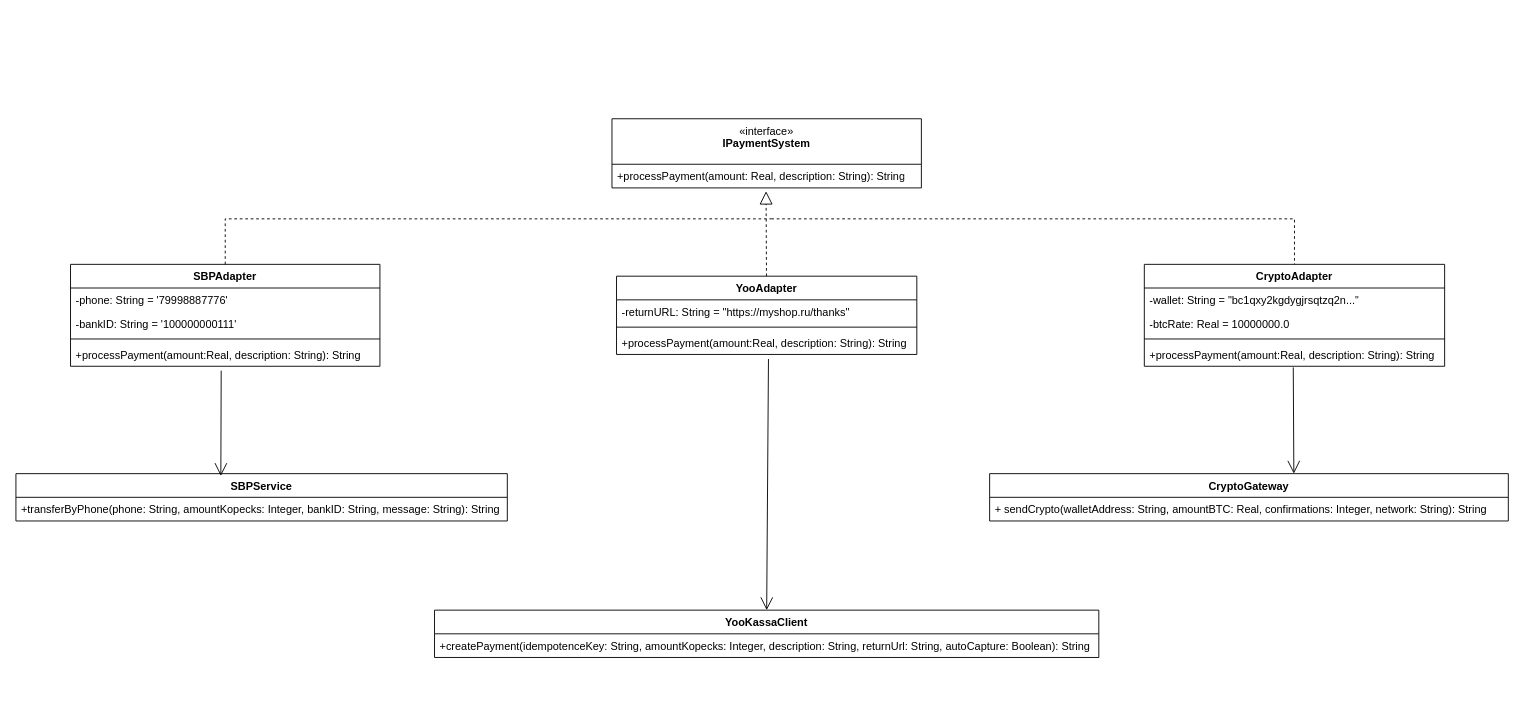
The draw.io diagram lab02/docs/ooap2.drawio in razzgrape/Object-oriented-analysis-and-design-2, before the edit. Source tidied: cells renumbered, new cells numbered last; positions are measured from the earlier drawing's top-left corner, leaving out a move shared by most shapes. Both pictures are drawn from the tidied source at 91%, with x=0, y=0 at pixel (15, 118).
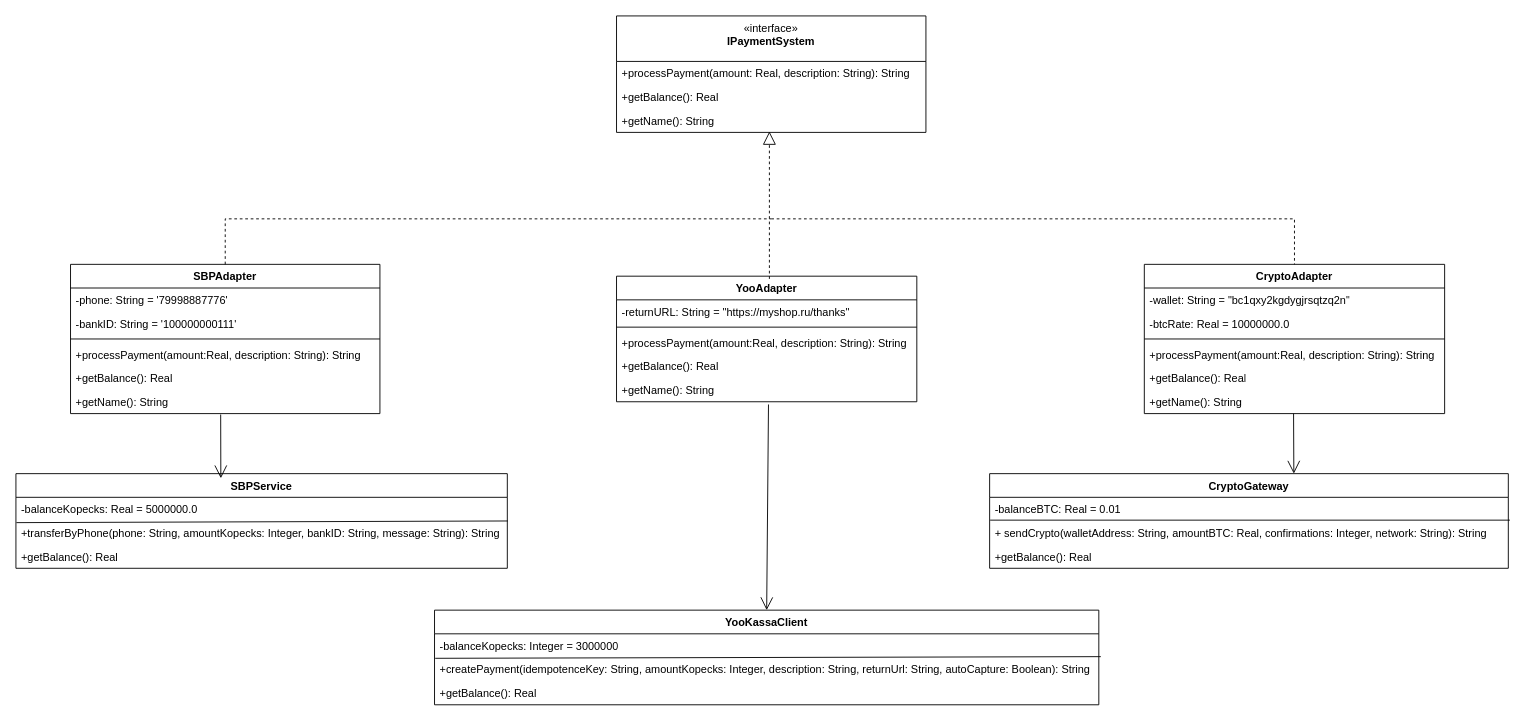
The same diagram, later.

Commit message (it also covers changes not shown here):
upd: diag class

The change refers to these unchanged cells:
```xml
<mxCell id="3" value="+processPayment(amount: Real, description: String): String" style="text;strokeColor=none;fillColor=none;align=left;verticalAlign=top;spacingLeft=4;spacingRight=4;overflow=hidden;points=[[0,0.5],[1,0.5]];portConstraint=eastwest;whiteSpace=wrap;html=1;" parent="2" vertex="1">
  <mxGeometry y="50" width="340" height="26" as="geometry" />
</mxCell>
<mxCell id="9" value="+processPayment(amount:Real, description: String): String" style="text;strokeColor=none;fillColor=none;align=left;verticalAlign=top;spacingLeft=4;spacingRight=4;overflow=hidden;points=[[0,0.5],[1,0.5]];portConstraint=eastwest;whiteSpace=wrap;html=1;" parent="6" vertex="1">
  <mxGeometry y="60" width="330" height="26" as="geometry" />
</mxCell>
<mxCell id="14" value="+processPayment(amount:Real, description: String): String" style="text;strokeColor=none;fillColor=none;align=left;verticalAlign=top;spacingLeft=4;spacingRight=4;overflow=hidden;points=[[0,0.5],[1,0.5]];portConstraint=eastwest;whiteSpace=wrap;html=1;" parent="10" vertex="1">
  <mxGeometry y="86" width="330" height="26" as="geometry" />
</mxCell>
<mxCell id="19" value="+processPayment(amount:Real, description: String): String" style="text;strokeColor=none;fillColor=none;align=left;verticalAlign=top;spacingLeft=4;spacingRight=4;overflow=hidden;points=[[0,0.5],[1,0.5]];portConstraint=eastwest;whiteSpace=wrap;html=1;" parent="15" vertex="1">
  <mxGeometry y="86" width="340" height="26" as="geometry" />
</mxCell>
```

What changed in the source:
```diff
@@
     <mxCell id="2" value="&lt;span style=&quot;font-weight: 400;&quot;&gt;«interface»&lt;/span&gt;&lt;div&gt;IPaymentSystem&lt;/div&gt;" style="swimlane;fontStyle=1;align=center;verticalAlign=top;horizontal=1;startSize=50;whiteSpace=wrap;html=1;" parent="1" vertex="1">
-      <mxGeometry x="655" width="340" height="76" as="geometry" />
+      <mxGeometry x="660" y="-113" width="340" height="128" as="geometry" />
     </mxCell>
@@
+    <mxCell id="30" value="+getBalance(): Real" style="text;strokeColor=none;fillColor=none;align=left;verticalAlign=top;spacingLeft=4;spacingRight=4;overflow=hidden;whiteSpace=wrap;html=1;" parent="2" vertex="1">
+      <mxGeometry y="76" width="340" height="26" as="geometry" />
+    </mxCell>
+    <mxCell id="31" value="+getName(): String" style="text;strokeColor=none;fillColor=none;align=left;verticalAlign=top;spacingLeft=4;spacingRight=4;overflow=hidden;whiteSpace=wrap;html=1;" parent="2" vertex="1">
+      <mxGeometry y="102" width="340" height="26" as="geometry" />
+    </mxCell>
     <mxCell id="4" value="SBPService" style="swimlane;fontStyle=1;align=center;verticalAlign=top;horizontal=1;startSize=26;whiteSpace=wrap;html=1;" parent="1" vertex="1">
-      <mxGeometry y="390" width="540" height="52" as="geometry" />
+      <mxGeometry y="390" width="540" height="104" as="geometry" />
     </mxCell>
-    <mxCell id="5" value="+transferByPhone(phone: String, amountKopecks: Integer, bankID: String, message: String): String" style="text;strokeColor=none;fillColor=none;align=left;verticalAlign=top;spacingLeft=4;spacingRight=4;overflow=hidden;whiteSpace=wrap;html=1;" parent="4" vertex="1">
+    <mxCell id="5" value="-balanceKopecks: Real = 5000000.0" style="text;strokeColor=none;fillColor=none;align=left;verticalAlign=top;spacingLeft=4;spacingRight=4;overflow=hidden;whiteSpace=wrap;html=1;" parent="4" vertex="1">
       <mxGeometry y="26" width="540" height="26" as="geometry" />
     </mxCell>
+    <mxCell id="32" value="+transferByPhone(phone: String, amountKopecks: Integer, bankID: String, message: String): String" style="text;strokeColor=none;fillColor=none;align=left;verticalAlign=top;spacingLeft=4;spacingRight=4;overflow=hidden;points=[[0,0.5],[1,0.5]];portConstraint=eastwest;whiteSpace=wrap;html=1;" parent="4" vertex="1">
+      <mxGeometry y="52" width="540" height="26" as="geometry" />
+    </mxCell>
+    <mxCell id="33" value="+getBalance(): Real" style="text;strokeColor=none;fillColor=none;align=left;verticalAlign=top;spacingLeft=4;spacingRight=4;overflow=hidden;whiteSpace=wrap;html=1;" parent="4" vertex="1">
+      <mxGeometry y="78" width="540" height="26" as="geometry" />
+    </mxCell>
+    <mxCell id="34" style="endArrow=none;html=1;rounded=0;exitX=0.001;exitY=0.07;exitDx=0;exitDy=0;exitPerimeter=0;entryX=1.001;entryY=0;entryDx=0;entryDy=0;entryPerimeter=0;" parent="4" edge="1" source="32" target="32">
+      <mxGeometry relative="1" as="geometry" />
+    </mxCell>
     <mxCell id="6" value="YooAdapter" style="swimlane;fontStyle=1;align=center;verticalAlign=top;horizontal=1;startSize=26;whiteSpace=wrap;html=1;" parent="1" vertex="1">
-      <mxGeometry x="660" y="173" width="330" height="86" as="geometry" />
+      <mxGeometry x="660" y="173" width="330" height="138" as="geometry" />
     </mxCell>
@@
+    <mxCell id="35" value="+getBalance(): Real" style="text;strokeColor=none;fillColor=none;align=left;verticalAlign=top;spacingLeft=4;spacingRight=4;overflow=hidden;whiteSpace=wrap;html=1;" parent="6" vertex="1">
+      <mxGeometry y="86" width="330" height="26" as="geometry" />
+    </mxCell>
+    <mxCell id="36" value="+getName(): String" style="text;strokeColor=none;fillColor=none;align=left;verticalAlign=top;spacingLeft=4;spacingRight=4;overflow=hidden;whiteSpace=wrap;html=1;" parent="6" vertex="1">
+      <mxGeometry y="112" width="330" height="26" as="geometry" />
+    </mxCell>
     <mxCell id="10" value="CryptoAdapter" style="swimlane;fontStyle=1;align=center;verticalAlign=top;horizontal=1;startSize=26;whiteSpace=wrap;html=1;" parent="1" vertex="1">
-      <mxGeometry x="1240" y="160" width="330" height="112" as="geometry" />
+      <mxGeometry x="1240" y="160" width="330" height="164" as="geometry" />
     </mxCell>
-    <mxCell id="11" value="-wallet: String = &quot;bc1qxy2kgdygjrsqtzq2n...&quot;" style="text;strokeColor=none;fillColor=none;align=left;verticalAlign=top;spacingLeft=4;spacingRight=4;overflow=hidden;whiteSpace=wrap;html=1;" parent="10" vertex="1">
+    <mxCell id="11" value="-wallet: String = &quot;bc1qxy2kgdygjrsqtzq2n&quot;" style="text;strokeColor=none;fillColor=none;align=left;verticalAlign=top;spacingLeft=4;spacingRight=4;overflow=hidden;whiteSpace=wrap;html=1;" parent="10" vertex="1">
       <mxGeometry y="26" width="330" height="26" as="geometry" />
     </mxCell>
@@
+    <mxCell id="37" value="+getBalance(): Real" style="text;strokeColor=none;fillColor=none;align=left;verticalAlign=top;spacingLeft=4;spacingRight=4;overflow=hidden;whiteSpace=wrap;html=1;" parent="10" vertex="1">
+      <mxGeometry y="112" width="330" height="26" as="geometry" />
+    </mxCell>
+    <mxCell id="38" value="+getName(): String" style="text;strokeColor=none;fillColor=none;align=left;verticalAlign=top;spacingLeft=4;spacingRight=4;overflow=hidden;whiteSpace=wrap;html=1;" parent="10" vertex="1">
+      <mxGeometry y="138" width="330" height="26" as="geometry" />
+    </mxCell>
     <mxCell id="15" value="SBPAdapter" style="swimlane;fontStyle=1;align=center;verticalAlign=top;horizontal=1;startSize=26;whiteSpace=wrap;html=1;" parent="1" vertex="1">
-      <mxGeometry x="60" y="160" width="340" height="112" as="geometry" />
+      <mxGeometry x="60" y="160" width="340" height="164" as="geometry" />
     </mxCell>
@@
+    <mxCell id="39" value="+getBalance(): Real" style="text;strokeColor=none;fillColor=none;align=left;verticalAlign=top;spacingLeft=4;spacingRight=4;overflow=hidden;whiteSpace=wrap;html=1;" parent="15" vertex="1">
+      <mxGeometry y="112" width="340" height="26" as="geometry" />
+    </mxCell>
+    <mxCell id="40" value="+getName(): String" style="text;strokeColor=none;fillColor=none;align=left;verticalAlign=top;spacingLeft=4;spacingRight=4;overflow=hidden;whiteSpace=wrap;html=1;" parent="15" vertex="1">
+      <mxGeometry y="138" width="340" height="26" as="geometry" />
+    </mxCell>
     <mxCell id="20" value="CryptoGateway" style="swimlane;fontStyle=1;align=center;verticalAlign=top;horizontal=1;startSize=26;whiteSpace=wrap;html=1;" parent="1" vertex="1">
-      <mxGeometry x="1070" y="390" width="570" height="52" as="geometry" />
+      <mxGeometry x="1070" y="390" width="570" height="104" as="geometry" />
     </mxCell>
-    <mxCell id="21" value="+ sendCrypto(walletAddress: String, amountBTC: Real, confirmations: Integer, network: String): String" style="text;strokeColor=none;fillColor=none;align=left;verticalAlign=top;spacingLeft=4;spacingRight=4;overflow=hidden;whiteSpace=wrap;html=1;" parent="20" vertex="1">
+    <mxCell id="21" value="-balanceBTC: Real = 0.01" style="text;strokeColor=none;fillColor=none;align=left;verticalAlign=top;spacingLeft=4;spacingRight=4;overflow=hidden;whiteSpace=wrap;html=1;" parent="20" vertex="1">
       <mxGeometry y="26" width="570" height="26" as="geometry" />
     </mxCell>
+    <mxCell id="41" value="+ sendCrypto(walletAddress: String, amountBTC: Real, confirmations: Integer, network: String): String" style="text;strokeColor=none;fillColor=none;align=left;verticalAlign=top;spacingLeft=4;spacingRight=4;overflow=hidden;points=[[0,0.5],[1,0.5]];portConstraint=eastwest;whiteSpace=wrap;html=1;" parent="20" vertex="1">
+      <mxGeometry y="52" width="570" height="26" as="geometry" />
+    </mxCell>
+    <mxCell id="42" value="+getBalance(): Real" style="text;strokeColor=none;fillColor=none;align=left;verticalAlign=top;spacingLeft=4;spacingRight=4;overflow=hidden;whiteSpace=wrap;html=1;" parent="20" vertex="1">
+      <mxGeometry y="78" width="570" height="26" as="geometry" />
+    </mxCell>
+    <mxCell id="43" style="endArrow=none;html=1;rounded=0;exitX=0.001;exitY=-0.035;exitDx=0;exitDy=0;exitPerimeter=0;entryX=1.003;entryY=-0.035;entryDx=0;entryDy=0;entryPerimeter=0;" parent="20" edge="1" source="41" target="41">
+      <mxGeometry relative="1" as="geometry" />
+    </mxCell>
     <mxCell id="22" value="YooKassaClient" style="swimlane;fontStyle=1;align=center;verticalAlign=top;horizontal=1;startSize=26;whiteSpace=wrap;html=1;" parent="1" vertex="1">
-      <mxGeometry x="460" y="540" width="730" height="52" as="geometry" />
+      <mxGeometry x="460" y="540" width="730" height="104" as="geometry" />
     </mxCell>
-    <mxCell id="23" value="+createPayment(idempotenceKey: String, amountKopecks: Integer, description: String, returnUrl: String, autoCapture: Boolean): String" style="text;strokeColor=none;fillColor=none;align=left;verticalAlign=top;spacingLeft=4;spacingRight=4;overflow=hidden;points=[[0,0.5],[1,0.5]];portConstraint=eastwest;whiteSpace=wrap;html=1;" parent="22" vertex="1">
+    <mxCell id="23" value="-balanceKopecks: Integer = 3000000" style="text;strokeColor=none;fillColor=none;align=left;verticalAlign=top;spacingLeft=4;spacingRight=4;overflow=hidden;points=[[0,0.5],[1,0.5]];portConstraint=eastwest;whiteSpace=wrap;html=1;" parent="22" vertex="1">
       <mxGeometry y="26" width="730" height="26" as="geometry" />
     </mxCell>
+    <mxCell id="44" value="+createPayment(idempotenceKey: String, amountKopecks: Integer, description: String, returnUrl: String, autoCapture: Boolean): String" style="text;strokeColor=none;fillColor=none;align=left;verticalAlign=top;spacingLeft=4;spacingRight=4;overflow=hidden;whiteSpace=wrap;html=1;" parent="22" vertex="1">
+      <mxGeometry y="52" width="730" height="26" as="geometry" />
+    </mxCell>
+    <mxCell id="45" value="+getBalance(): Real" style="text;strokeColor=none;fillColor=none;align=left;verticalAlign=top;spacingLeft=4;spacingRight=4;overflow=hidden;whiteSpace=wrap;html=1;" parent="22" vertex="1">
+      <mxGeometry y="78" width="730" height="26" as="geometry" />
+    </mxCell>
+    <mxCell id="46" style="endArrow=none;html=1;rounded=0;exitX=0.001;exitY=1.035;exitDx=0;exitDy=0;exitPerimeter=0;entryX=1.003;entryY=0.965;entryDx=0;entryDy=0;entryPerimeter=0;" parent="22" edge="1" source="23" target="23">
+      <mxGeometry relative="1" as="geometry" />
+    </mxCell>
-    <mxCell id="24" style="endArrow=block;dashed=1;endFill=0;endSize=12;html=1;rounded=0;entryX=0.498;entryY=1.141;entryDx=0;entryDy=0;entryPerimeter=0;" parent="1" edge="1" source="6" target="3">
-      <mxGeometry relative="1" as="geometry" />
+    <mxCell id="24" style="endArrow=block;dashed=1;endFill=0;endSize=12;html=1;rounded=0;" parent="1" edge="1">
+      <mxGeometry relative="1" as="geometry">
+        <mxPoint x="828" y="176" as="sourcePoint" />
+        <mxPoint x="828" y="14" as="targetPoint" />
+      </mxGeometry>
     </mxCell>
@@
-    <mxCell id="27" style="endArrow=open;endFill=1;endSize=12;html=1;rounded=0;exitX=0.487;exitY=1.187;exitDx=0;exitDy=0;exitPerimeter=0;entryX=0.417;entryY=0.049;entryDx=0;entryDy=0;entryPerimeter=0;" parent="1" edge="1" source="19" target="4">
-      <mxGeometry relative="1" as="geometry" />
+    <mxCell id="27" style="endArrow=open;endFill=1;endSize=12;html=1;rounded=0;entryX=0.417;entryY=0.049;entryDx=0;entryDy=0;entryPerimeter=0;" parent="1" edge="1" target="4">
+      <mxGeometry relative="1" as="geometry">
+        <mxPoint x="225" y="325" as="sourcePoint" />
+      </mxGeometry>
     </mxCell>
-    <mxCell id="28" style="endArrow=open;endFill=1;endSize=12;html=1;rounded=0;exitX=0.506;exitY=1.192;exitDx=0;exitDy=0;exitPerimeter=0;entryX=0.5;entryY=0;entryDx=0;entryDy=0;" parent="1" edge="1" source="9" target="22">
-      <mxGeometry relative="1" as="geometry" />
+    <mxCell id="28" style="endArrow=open;endFill=1;endSize=12;html=1;rounded=0;entryX=0.5;entryY=0;entryDx=0;entryDy=0;" parent="1" edge="1" target="22">
+      <mxGeometry relative="1" as="geometry">
+        <mxPoint x="827" y="314" as="sourcePoint" />
+      </mxGeometry>
     </mxCell>
-    <mxCell id="29" style="endArrow=open;endFill=1;endSize=12;html=1;rounded=0;entryX=0.591;entryY=0.192;entryDx=0;entryDy=0;entryPerimeter=0;exitX=0.496;exitY=1.047;exitDx=0;exitDy=0;exitPerimeter=0;" parent="1" edge="1" source="14">
+    <mxCell id="29" style="endArrow=open;endFill=1;endSize=12;html=1;rounded=0;entryX=0.591;entryY=0.192;entryDx=0;entryDy=0;entryPerimeter=0;" parent="1" edge="1">
       <mxGeometry relative="1" as="geometry">
+        <mxPoint x="1404" y="324" as="sourcePoint" />
         <mxPoint x="1404.3" y="390" as="targetPoint" />
       </mxGeometry>
     </mxCell>
```
